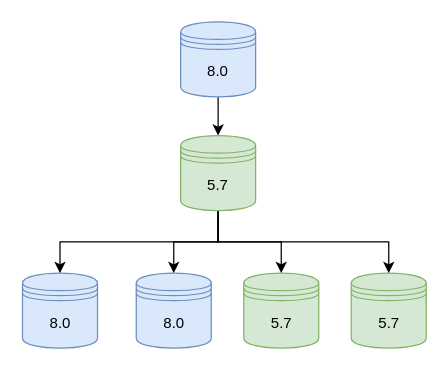
Earlier version of the draw.io diagram page "第 16 页" (16 of 17) of ksql.drawio (shangyu11/shang). Source tidied: cells renumbered, new cells numbered last; positions are measured from the earlier drawing's top-left corner, leaving out a move shared by most shapes. Both pictures are drawn from the tidied source at 125%, with x=0, y=0 at pixel (22, 21).
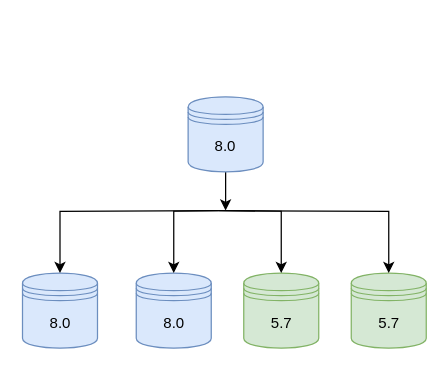
Above is the later version.

Change to the diagram source:
```diff
@@
 <mxGraphModel>
   <root>
     <mxCell id="0" />
     <mxCell id="1" parent="0" />
     <mxCell id="2" value="8.0" style="shape=datastore;whiteSpace=wrap;html=1;fillColor=#dae8fc;strokeColor=#6c8ebf;" parent="1" vertex="1">
       <mxGeometry x="-0.5" y="201" width="60" height="60" as="geometry" />
     </mxCell>
     <mxCell id="3" value="8.0" style="shape=datastore;whiteSpace=wrap;html=1;fillColor=#dae8fc;strokeColor=#6c8ebf;" parent="1" vertex="1">
       <mxGeometry x="90.5" y="201" width="60" height="60" as="geometry" />
     </mxCell>
     <mxCell id="4" value="5.7" style="shape=datastore;whiteSpace=wrap;html=1;fillColor=#d5e8d4;strokeColor=#82b366;" parent="1" vertex="1">
       <mxGeometry x="176.5" y="201" width="60" height="60" as="geometry" />
     </mxCell>
     <mxCell id="5" value="5.7" style="shape=datastore;whiteSpace=wrap;html=1;fillColor=#d5e8d4;strokeColor=#82b366;" parent="1" vertex="1">
       <mxGeometry x="262.5" y="201" width="60" height="60" as="geometry" />
     </mxCell>
-    <mxCell id="6" style="edgeStyle=orthogonalEdgeStyle;rounded=0;jettySize=auto;html=1;exitX=0.5;exitY=1;exitDx=0;exitDy=0;entryX=0.5;entryY=0;entryDx=0;entryDy=0;" parent="1" edge="1" source="7" target="12">
-      <mxGeometry relative="1" as="geometry" />
+    <mxCell id="6" style="edgeStyle=orthogonalEdgeStyle;rounded=0;jettySize=auto;html=1;exitX=0.5;exitY=1;exitDx=0;exitDy=0;entryX=0.5;entryY=0;entryDx=0;entryDy=0;" parent="1" edge="1" source="7">
+      <mxGeometry relative="1" as="geometry">
+        <mxPoint x="162" y="151" as="targetPoint" />
+      </mxGeometry>
     </mxCell>
     <mxCell id="7" value="8.0" style="shape=datastore;whiteSpace=wrap;html=1;fillColor=#dae8fc;strokeColor=#6c8ebf;" parent="1" vertex="1">
-      <mxGeometry x="126" width="60" height="60" as="geometry" />
+      <mxGeometry x="132" y="60" width="60" height="60" as="geometry" />
     </mxCell>
-    <mxCell id="8" style="edgeStyle=orthogonalEdgeStyle;rounded=0;jettySize=auto;html=1;exitX=0.5;exitY=1;exitDx=0;exitDy=0;entryX=0.5;entryY=0;entryDx=0;entryDy=0;" parent="1" edge="1" source="12" target="2">
-      <mxGeometry relative="1" as="geometry" />
+    <mxCell id="8" style="edgeStyle=orthogonalEdgeStyle;rounded=0;jettySize=auto;html=1;exitX=0.5;exitY=1;exitDx=0;exitDy=0;entryX=0.5;entryY=0;entryDx=0;entryDy=0;" parent="1" edge="1" target="2">
+      <mxGeometry relative="1" as="geometry">
+        <mxPoint x="156" y="151" as="sourcePoint" />
+      </mxGeometry>
     </mxCell>
-    <mxCell id="9" style="edgeStyle=orthogonalEdgeStyle;rounded=0;jettySize=auto;html=1;exitX=0.5;exitY=1;exitDx=0;exitDy=0;entryX=0.5;entryY=0;entryDx=0;entryDy=0;" parent="1" edge="1" source="12" target="3">
-      <mxGeometry relative="1" as="geometry" />
+    <mxCell id="9" style="edgeStyle=orthogonalEdgeStyle;rounded=0;jettySize=auto;html=1;exitX=0.5;exitY=1;exitDx=0;exitDy=0;entryX=0.5;entryY=0;entryDx=0;entryDy=0;" parent="1" edge="1" target="3">
+      <mxGeometry relative="1" as="geometry">
+        <mxPoint x="156" y="151" as="sourcePoint" />
+      </mxGeometry>
     </mxCell>
-    <mxCell id="10" style="edgeStyle=orthogonalEdgeStyle;rounded=0;jettySize=auto;html=1;exitX=0.5;exitY=1;exitDx=0;exitDy=0;entryX=0.5;entryY=0;entryDx=0;entryDy=0;" parent="1" edge="1" source="12" target="4">
-      <mxGeometry relative="1" as="geometry" />
+    <mxCell id="10" style="edgeStyle=orthogonalEdgeStyle;rounded=0;jettySize=auto;html=1;exitX=0.5;exitY=1;exitDx=0;exitDy=0;entryX=0.5;entryY=0;entryDx=0;entryDy=0;" parent="1" edge="1" target="4">
+      <mxGeometry relative="1" as="geometry">
+        <mxPoint x="156" y="151" as="sourcePoint" />
+      </mxGeometry>
     </mxCell>
-    <mxCell id="11" style="edgeStyle=orthogonalEdgeStyle;rounded=0;jettySize=auto;html=1;exitX=0.5;exitY=1;exitDx=0;exitDy=0;entryX=0.5;entryY=0;entryDx=0;entryDy=0;" parent="1" edge="1" source="12" target="5">
-      <mxGeometry relative="1" as="geometry" />
+    <mxCell id="11" style="edgeStyle=orthogonalEdgeStyle;rounded=0;jettySize=auto;html=1;exitX=0.5;exitY=1;exitDx=0;exitDy=0;entryX=0.5;entryY=0;entryDx=0;entryDy=0;" parent="1" edge="1" target="5">
+      <mxGeometry relative="1" as="geometry">
+        <mxPoint x="156" y="151" as="sourcePoint" />
+      </mxGeometry>
     </mxCell>
-    <mxCell id="12" value="5.7" style="shape=datastore;whiteSpace=wrap;html=1;fillColor=#d5e8d4;strokeColor=#82b366;" parent="1" vertex="1">
-      <mxGeometry x="126" y="91" width="60" height="60" as="geometry" />
-    </mxCell>
   </root>
 </mxGraphModel>
```
